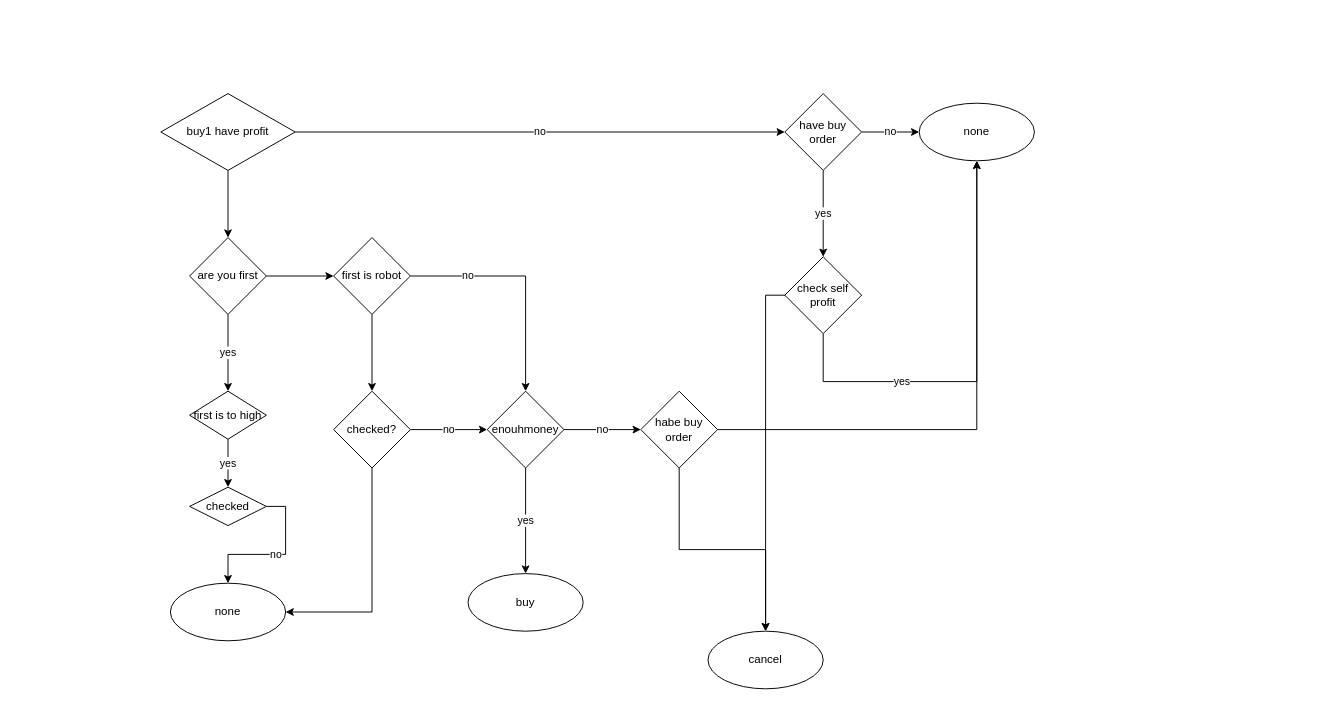
This is page "第 3 页" (3 of 3) of 未命名绘图.drawio from fzuguo/hello-world, a draw.io file, before an edit. Source tidied: cells renumbered, new cells numbered last; positions are measured from the earlier drawing's top-left corner, leaving out a move shared by most shapes. Both pictures are drawn from the tidied source at 96%, with x=0, y=0 at pixel (160, 93).
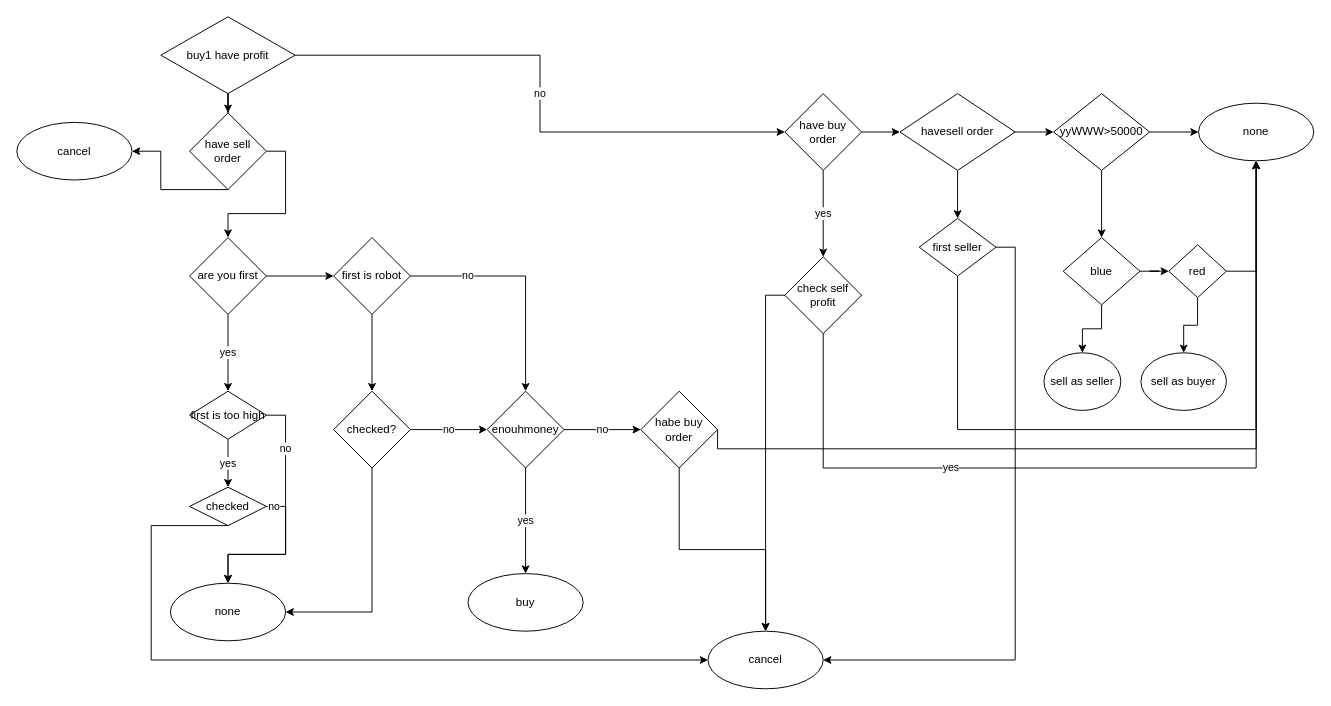
The same diagram, later.

Commit message:
更新未命名绘图.drawio

The change refers to these unchanged cells:
```xml
<mxCell id="7" value="are you first" style="rhombus;whiteSpace=wrap;html=1;" parent="1" vertex="1">
  <mxGeometry x="30" y="150" width="80" height="80" as="geometry" />
</mxCell>
<mxCell id="8" value="cancel" style="ellipse;whiteSpace=wrap;html=1;" parent="1" vertex="1">
  <mxGeometry x="570" y="560" width="120" height="60" as="geometry" />
</mxCell>
<mxCell id="9" value="none" style="ellipse;whiteSpace=wrap;html=1;" parent="1" vertex="1">
  <mxGeometry x="10" y="510" width="120" height="60" as="geometry" />
</mxCell>
<mxCell id="12" value="have buy order" style="rhombus;whiteSpace=wrap;html=1;" parent="1" vertex="1">
  <mxGeometry x="650" width="80" height="80" as="geometry" />
</mxCell>
<mxCell id="15" value="check self profit" style="rhombus;whiteSpace=wrap;html=1;" parent="1" vertex="1">
  <mxGeometry x="650" y="170" width="80" height="80" as="geometry" />
</mxCell>
<mxCell id="29" value="habe buy order" style="rhombus;whiteSpace=wrap;html=1;" parent="1" vertex="1">
  <mxGeometry x="500" y="310" width="80" height="80" as="geometry" />
</mxCell>
<mxCell id="33" value="checked" style="rhombus;whiteSpace=wrap;html=1;" parent="1" vertex="1">
  <mxGeometry x="30" y="410" width="80" height="40" as="geometry" />
</mxCell>
```

The edit, as a diff of the source:
```diff
@@
-    <mxCell id="2" style="edgeStyle=orthogonalEdgeStyle;rounded=0;jettySize=auto;html=1;" parent="1" edge="1" source="4" target="7">
-      <mxGeometry relative="1" as="geometry" />
-    </mxCell>
@@
+    <mxCell id="34" style="edgeStyle=orthogonalEdgeStyle;rounded=0;jettySize=auto;html=1;" parent="1" edge="1" source="4" target="56">
+      <mxGeometry relative="1" as="geometry" />
+    </mxCell>
     <mxCell id="4" value="buy1 have profit" style="rhombus;whiteSpace=wrap;html=1;" parent="1" vertex="1">
-      <mxGeometry width="140" height="80" as="geometry" />
+      <mxGeometry y="-80" width="140" height="80" as="geometry" />
     </mxCell>
@@
-    <mxCell id="11" value="no" style="edgeStyle=orthogonalEdgeStyle;rounded=0;jettySize=auto;html=1;" parent="1" edge="1" source="12" target="16">
-      <mxGeometry relative="1" as="geometry" />
-    </mxCell>
+    <mxCell id="35" style="edgeStyle=orthogonalEdgeStyle;rounded=0;jettySize=auto;html=1;" parent="1" edge="1" source="12" target="45">
+      <mxGeometry relative="1" as="geometry" />
+    </mxCell>
@@
     <mxCell id="13" value="yes" style="edgeStyle=orthogonalEdgeStyle;rounded=0;jettySize=auto;html=1;exitX=0.5;exitY=1;exitDx=0;exitDy=0;entryX=0.5;entryY=1;entryDx=0;entryDy=0;" parent="1" edge="1" source="15" target="16">
       <mxGeometry x="-0.4" relative="1" as="geometry">
         <Array as="points">
-          <mxPoint x="690" y="300" />
-          <mxPoint x="850" y="300" />
+          <mxPoint x="690" y="390" />
+          <mxPoint x="1141" y="390" />
         </Array>
       </mxGeometry>
     </mxCell>
@@
     <mxCell id="16" value="none" style="ellipse;whiteSpace=wrap;html=1;" parent="1" vertex="1">
-      <mxGeometry x="790" y="10" width="120" height="60" as="geometry" />
+      <mxGeometry x="1081" y="10" width="120" height="60" as="geometry" />
     </mxCell>
@@
     <mxCell id="28" style="edgeStyle=orthogonalEdgeStyle;rounded=0;jettySize=auto;html=1;exitX=1;exitY=0.5;exitDx=0;exitDy=0;entryX=0.5;entryY=1;entryDx=0;entryDy=0;" parent="1" edge="1" source="29" target="16">
-      <mxGeometry relative="1" as="geometry" />
+      <mxGeometry relative="1" as="geometry">
+        <Array as="points">
+          <mxPoint x="580" y="370" />
+          <mxPoint x="1141" y="370" />
+        </Array>
+      </mxGeometry>
     </mxCell>
@@
+    <mxCell id="11" value="no" style="edgeStyle=orthogonalEdgeStyle;rounded=0;jettySize=auto;html=1;exitX=1;exitY=0.5;exitDx=0;exitDy=0;entryX=0.5;entryY=0;entryDx=0;entryDy=0;" parent="1" edge="1" source="31" target="9">
+      <mxGeometry x="-0.57" relative="1" as="geometry">
+        <Array as="points">
+          <mxPoint x="130" y="335" />
+          <mxPoint x="130" y="480" />
+          <mxPoint x="70" y="480" />
+        </Array>
+      </mxGeometry>
+    </mxCell>
-    <mxCell id="31" value="first is to high" style="rhombus;whiteSpace=wrap;html=1;" parent="1" vertex="1">
+    <mxCell id="31" value="first is too high" style="rhombus;whiteSpace=wrap;html=1;" parent="1" vertex="1">
       <mxGeometry x="30" y="310" width="80" height="50" as="geometry" />
     </mxCell>
     <mxCell id="32" value="no" style="edgeStyle=orthogonalEdgeStyle;rounded=0;jettySize=auto;html=1;exitX=1;exitY=0.5;exitDx=0;exitDy=0;entryX=0.5;entryY=0;entryDx=0;entryDy=0;" parent="1" edge="1" source="33" target="9">
-      <mxGeometry relative="1" as="geometry" />
+      <mxGeometry x="-0.9" relative="1" as="geometry">
+        <Array as="points">
+          <mxPoint x="130" y="430" />
+          <mxPoint x="130" y="480" />
+          <mxPoint x="70" y="480" />
+        </Array>
+      </mxGeometry>
     </mxCell>
+    <mxCell id="36" style="edgeStyle=orthogonalEdgeStyle;rounded=0;jettySize=auto;html=1;exitX=0.5;exitY=1;exitDx=0;exitDy=0;entryX=0;entryY=0.5;entryDx=0;entryDy=0;" parent="1" edge="1" source="33" target="8">
+      <mxGeometry relative="1" as="geometry">
+        <Array as="points">
+          <mxPoint x="-10" y="450" />
+          <mxPoint x="-10" y="590" />
+        </Array>
+      </mxGeometry>
+    </mxCell>
@@
+    <mxCell id="37" style="edgeStyle=orthogonalEdgeStyle;rounded=0;jettySize=auto;html=1;exitX=1;exitY=0.5;exitDx=0;exitDy=0;entryX=0;entryY=0.5;entryDx=0;entryDy=0;" parent="1" edge="1" source="39" target="16">
+      <mxGeometry relative="1" as="geometry" />
+    </mxCell>
+    <mxCell id="38" style="edgeStyle=orthogonalEdgeStyle;rounded=0;jettySize=auto;html=1;exitX=0.5;exitY=1;exitDx=0;exitDy=0;entryX=0.5;entryY=0;entryDx=0;entryDy=0;" parent="1" edge="1" source="39" target="42">
+      <mxGeometry relative="1" as="geometry" />
+    </mxCell>
+    <mxCell id="39" value="yyWWW&amp;gt;50000" style="rhombus;whiteSpace=wrap;html=1;" parent="1" vertex="1">
+      <mxGeometry x="930" width="100" height="80" as="geometry" />
+    </mxCell>
+    <mxCell id="40" style="edgeStyle=orthogonalEdgeStyle;rounded=0;jettySize=auto;html=1;" parent="1" edge="1" source="42" target="49">
+      <mxGeometry relative="1" as="geometry" />
+    </mxCell>
+    <mxCell id="41" style="edgeStyle=orthogonalEdgeStyle;rounded=0;jettySize=auto;html=1;" parent="1" edge="1" source="42" target="52">
+      <mxGeometry relative="1" as="geometry" />
+    </mxCell>
+    <mxCell id="42" value="blue" style="rhombus;whiteSpace=wrap;html=1;" parent="1" vertex="1">
+      <mxGeometry x="940" y="150" width="80" height="70" as="geometry" />
+    </mxCell>
+    <mxCell id="43" style="edgeStyle=orthogonalEdgeStyle;rounded=0;jettySize=auto;html=1;exitX=1;exitY=0.5;exitDx=0;exitDy=0;entryX=0;entryY=0.5;entryDx=0;entryDy=0;" parent="1" edge="1" source="45" target="39">
+      <mxGeometry relative="1" as="geometry" />
+    </mxCell>
+    <mxCell id="44" style="edgeStyle=orthogonalEdgeStyle;rounded=0;jettySize=auto;html=1;" parent="1" edge="1" source="45" target="48">
+      <mxGeometry relative="1" as="geometry" />
+    </mxCell>
+    <mxCell id="45" value="havesell order" style="rhombus;whiteSpace=wrap;html=1;" parent="1" vertex="1">
+      <mxGeometry x="770" width="120" height="80" as="geometry" />
+    </mxCell>
+    <mxCell id="46" style="edgeStyle=orthogonalEdgeStyle;rounded=0;jettySize=auto;html=1;exitX=0.5;exitY=1;exitDx=0;exitDy=0;entryX=0.5;entryY=1;entryDx=0;entryDy=0;" parent="1" edge="1" source="48" target="16">
+      <mxGeometry relative="1" as="geometry">
+        <Array as="points">
+          <mxPoint x="830" y="350" />
+          <mxPoint x="1141" y="350" />
+        </Array>
+      </mxGeometry>
+    </mxCell>
+    <mxCell id="47" style="edgeStyle=orthogonalEdgeStyle;rounded=0;jettySize=auto;html=1;exitX=1;exitY=0.5;exitDx=0;exitDy=0;entryX=1;entryY=0.5;entryDx=0;entryDy=0;" parent="1" edge="1" source="48" target="8">
+      <mxGeometry relative="1" as="geometry" />
+    </mxCell>
+    <mxCell id="48" value="first seller" style="rhombus;whiteSpace=wrap;html=1;" parent="1" vertex="1">
+      <mxGeometry x="790" y="130" width="80" height="60" as="geometry" />
+    </mxCell>
+    <mxCell id="49" value="sell as seller" style="ellipse;whiteSpace=wrap;html=1;" parent="1" vertex="1">
+      <mxGeometry x="920" y="270" width="80" height="60" as="geometry" />
+    </mxCell>
+    <mxCell id="50" style="edgeStyle=orthogonalEdgeStyle;rounded=0;jettySize=auto;html=1;" parent="1" edge="1" source="52" target="53">
+      <mxGeometry relative="1" as="geometry" />
+    </mxCell>
+    <mxCell id="51" style="edgeStyle=orthogonalEdgeStyle;rounded=0;jettySize=auto;html=1;exitX=1;exitY=0.5;exitDx=0;exitDy=0;entryX=0.5;entryY=1;entryDx=0;entryDy=0;" parent="1" edge="1" source="52" target="16">
+      <mxGeometry relative="1" as="geometry" />
+    </mxCell>
+    <mxCell id="52" value="red" style="rhombus;whiteSpace=wrap;html=1;" parent="1" vertex="1">
+      <mxGeometry x="1050" y="157.5" width="60" height="55" as="geometry" />
+    </mxCell>
+    <mxCell id="53" value="sell as buyer" style="ellipse;whiteSpace=wrap;html=1;" parent="1" vertex="1">
+      <mxGeometry x="1021" y="270" width="89" height="60" as="geometry" />
+    </mxCell>
+    <mxCell id="54" style="edgeStyle=orthogonalEdgeStyle;rounded=0;jettySize=auto;html=1;exitX=1;exitY=0.5;exitDx=0;exitDy=0;entryX=0.5;entryY=0;entryDx=0;entryDy=0;" parent="1" edge="1" source="56" target="7">
+      <mxGeometry relative="1" as="geometry" />
+    </mxCell>
+    <mxCell id="55" style="edgeStyle=orthogonalEdgeStyle;rounded=0;jettySize=auto;html=1;exitX=0.5;exitY=1;exitDx=0;exitDy=0;entryX=1;entryY=0.5;entryDx=0;entryDy=0;" parent="1" edge="1" source="56" target="58">
+      <mxGeometry relative="1" as="geometry">
+        <Array as="points">
+          <mxPoint y="100" />
+          <mxPoint y="60" />
+        </Array>
+      </mxGeometry>
+    </mxCell>
+    <mxCell id="56" value="have sell order" style="rhombus;whiteSpace=wrap;html=1;" parent="1" vertex="1">
+      <mxGeometry x="30" y="20" width="80" height="80" as="geometry" />
+    </mxCell>
+    <mxCell id="57" style="edgeStyle=orthogonalEdgeStyle;rounded=0;orthogonalLoop=1;jettySize=auto;html=1;exitX=0.5;exitY=1;exitDx=0;exitDy=0;" parent="1" edge="1" source="56" target="56">
+      <mxGeometry relative="1" as="geometry" />
+    </mxCell>
+    <mxCell id="58" value="cancel" style="ellipse;whiteSpace=wrap;html=1;" parent="1" vertex="1">
+      <mxGeometry x="-150" y="30" width="120" height="60" as="geometry" />
+    </mxCell>
```
